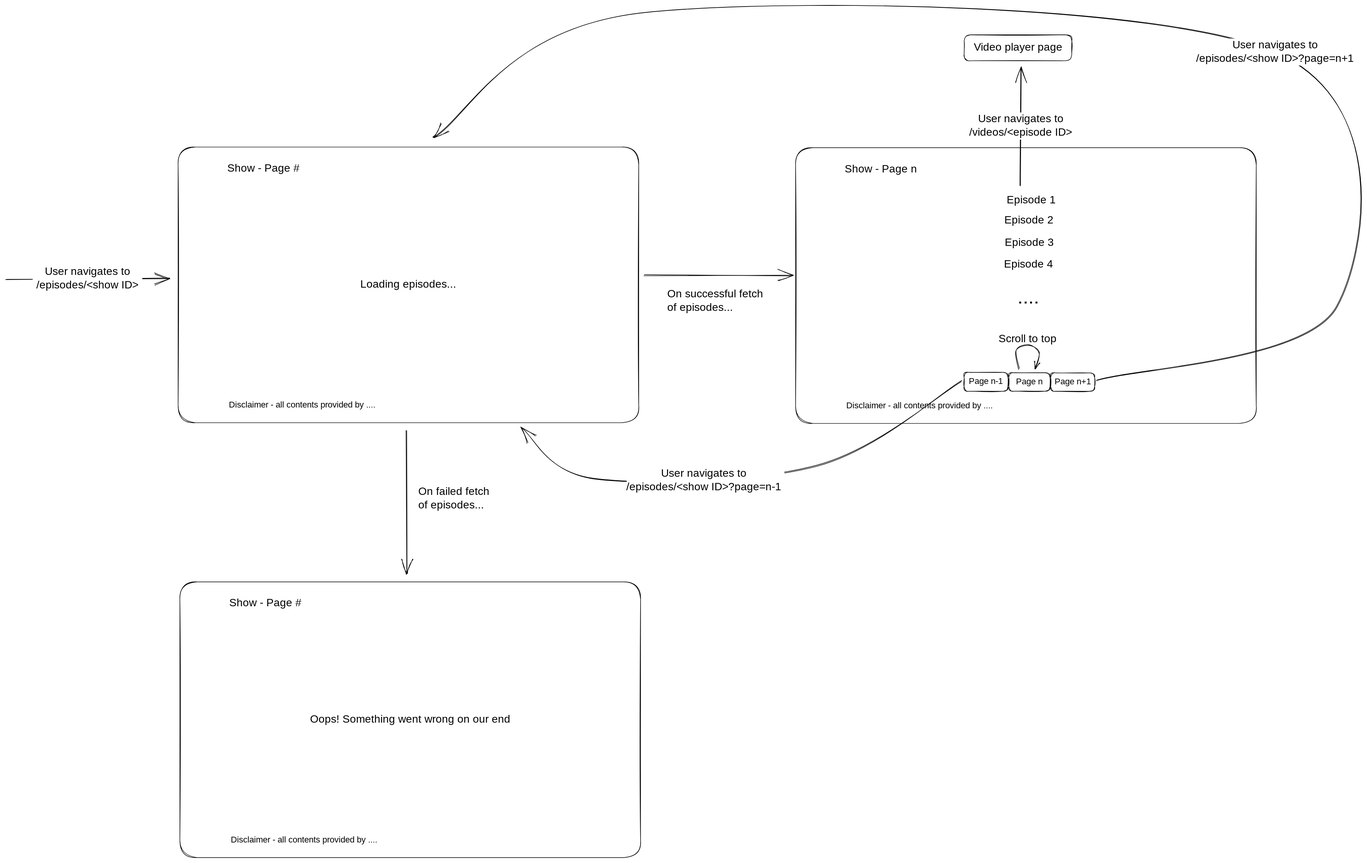
cangkevin/SEAshows-v2 keeps this Excalidraw diagram as docs/designs/episodes-screen-mockup.excalidraw.svg. Above is the earlier version. Source tidied: one line per element, renumbered; positions are measured from the earlier drawing's top-left corner, leaving out a move shared by most shapes. Its diagram source:
```json
{"id": 0, "type": "rectangle", "strokeColor": "#000000", "strokeWidth": 1, "roughness": 1, "round": true, "x": 1459, "y": 249, "width": 851, "height": 509}
{"id": 1, "type": "text", "text": "Show - Page n", "strokeColor": "#000000", "strokeWidth": 1, "roughness": 1, "fontSize": 20, "fontFamily": 1, "x": 1550, "y": 277, "width": 140, "height": 25}
{"id": 2, "type": "text", "text": "Disclaimer - all contents provided by ....", "strokeColor": "#000000", "strokeWidth": 1, "roughness": 1, "fontSize": 16, "fontFamily": 1, "x": 1553, "y": 716, "width": 314, "height": 20}
{"id": 3, "type": "rectangle", "strokeColor": "#000000", "strokeWidth": 1, "roughness": 1, "round": true, "x": 1931, "y": 665, "width": 81, "height": 34}
{"id": 4, "type": "text", "text": "Page n+1", "strokeColor": "#000000", "strokeWidth": 1, "roughness": 1, "fontSize": 16, "fontFamily": 1, "textAlign": "center", "verticalAlign": "middle", "inside": 3, "x": 1937, "y": 672, "width": 68, "height": 20}
{"id": 5, "type": "rectangle", "strokeColor": "#000000", "strokeWidth": 1, "roughness": 1, "round": true, "x": 1771, "y": 664, "width": 81, "height": 35}
{"id": 6, "type": "text", "text": "Page n-1", "strokeColor": "#000000", "strokeWidth": 1, "roughness": 1, "fontSize": 16, "fontFamily": 1, "textAlign": "center", "verticalAlign": "middle", "inside": 5, "x": 1779, "y": 672, "width": 64, "height": 20}
{"id": 7, "type": "rectangle", "strokeColor": "#000000", "strokeWidth": 1, "roughness": 1, "round": true, "x": 1853, "y": 665, "width": 76, "height": 34}
{"id": 8, "type": "text", "text": "Page n", "strokeColor": "#000000", "strokeWidth": 1, "roughness": 1, "fontSize": 16, "fontFamily": 1, "textAlign": "center", "verticalAlign": "middle", "inside": 7, "x": 1865, "y": 672, "width": 53, "height": 20}
{"id": 9, "type": "text", "text": "....", "strokeColor": "#000000", "strokeWidth": 1, "roughness": 1, "fontSize": 36, "fontFamily": 1, "x": 1870, "y": 504, "width": 39, "height": 45}
{"id": 10, "type": "rectangle", "strokeColor": "#000000", "strokeWidth": 1, "roughness": 1, "round": true, "x": 318, "y": 248, "width": 851, "height": 509}
{"id": 11, "type": "text", "text": "Loading episodes...", "strokeColor": "#000000", "strokeWidth": 1, "roughness": 1, "fontSize": 20, "fontFamily": 1, "textAlign": "center", "verticalAlign": "middle", "inside": 10, "x": 655, "y": 490, "width": 178, "height": 25}
{"id": 12, "type": "text", "text": "Show - Page #", "strokeColor": "#000000", "strokeWidth": 1, "roughness": 1, "fontSize": 20, "fontFamily": 1, "x": 409, "y": 276, "width": 147, "height": 25}
{"id": 13, "type": "text", "text": "Disclaimer - all contents provided by ....", "strokeColor": "#000000", "strokeWidth": 1, "roughness": 1, "fontSize": 16, "fontFamily": 1, "x": 412, "y": 715, "width": 314, "height": 20}
{"id": 14, "type": "arrow", "strokeColor": "#000000", "strokeWidth": 1, "roughness": 1, "endArrowhead": "arrow", "round": true, "from": 10, "to": 0, "x": 1179, "y": 485, "width": 275, "height": 1, "points": [[0, 0], [275, 1]]}
{"id": 15, "type": "text", "text": "On successful fetch\nof episodes...", "strokeColor": "#000000", "strokeWidth": 1, "roughness": 1, "fontSize": 20, "fontFamily": 1, "x": 1222, "y": 508, "width": 197, "height": 50}
{"id": 16, "type": "rectangle", "strokeColor": "#000000", "strokeWidth": 1, "roughness": 1, "round": true, "x": 322, "y": 1051, "width": 851, "height": 509}
{"id": 17, "type": "text", "text": "Oops! Something went wrong on our end", "strokeColor": "#000000", "strokeWidth": 1, "roughness": 1, "fontSize": 20, "fontFamily": 1, "textAlign": "center", "verticalAlign": "middle", "inside": 16, "x": 556, "y": 1294, "width": 382, "height": 25}
{"id": 18, "type": "text", "text": "Show - Page #", "strokeColor": "#000000", "strokeWidth": 1, "roughness": 1, "fontSize": 20, "fontFamily": 1, "x": 413, "y": 1079, "width": 147, "height": 25}
{"id": 19, "type": "text", "text": "Disclaimer - all contents provided by ....", "strokeColor": "#000000", "strokeWidth": 1, "roughness": 1, "fontSize": 16, "fontFamily": 1, "x": 416, "y": 1518, "width": 314, "height": 20}
{"id": 20, "type": "arrow", "strokeColor": "#000000", "strokeWidth": 1, "roughness": 1, "endArrowhead": "arrow", "round": true, "from": 10, "to": 16, "x": 741, "y": 771, "width": 0, "height": 265, "points": [[0, 0], [0, 265]]}
{"id": 21, "type": "text", "text": "On failed fetch\nof episodes...", "strokeColor": "#000000", "strokeWidth": 1, "roughness": 1, "fontSize": 20, "fontFamily": 1, "x": 762, "y": 873, "width": 151, "height": 50}
{"id": 22, "type": "arrow", "strokeColor": "#000000", "strokeWidth": 1, "roughness": 1, "endArrowhead": "arrow", "round": true, "to": 10, "x": 0, "y": 492, "width": 302, "height": 2, "points": [[0, 0], [302, -2]]}
{"id": 23, "type": "text", "text": "User navigates to\n/episodes/<show ID>", "strokeColor": "#000000", "strokeWidth": 1, "roughness": 1, "fontSize": 20, "fontFamily": 1, "textAlign": "center", "verticalAlign": "middle", "inside": 22, "x": 50, "y": 466, "width": 203, "height": 50}
{"id": 24, "type": "arrow", "strokeColor": "#000000", "strokeWidth": 1, "roughness": 1, "endArrowhead": "arrow", "round": true, "from": 3, "to": 10, "x": 2015, "y": 680, "width": 1670, "height": 680, "points": [[0, 0], [445, -137], [330, -607], [-832, -680], [-1225, -450]]}
{"id": 25, "type": "text", "text": "User navigates to\n/episodes/<show ID>?page=n+1", "strokeColor": "#000000", "strokeWidth": 1, "roughness": 1, "fontSize": 20, "fontFamily": 1, "textAlign": "center", "verticalAlign": "middle", "inside": 24, "x": 2198, "y": 48, "width": 296, "height": 50}
{"id": 26, "type": "arrow", "strokeColor": "#000000", "strokeWidth": 1, "roughness": 1, "endArrowhead": "arrow", "round": true, "from": 5, "to": 10, "x": 1765, "y": 680, "width": 812, "height": 180, "points": [[0, 0], [-267, 158], [-677, 180], [-812, 88]]}
{"id": 27, "type": "text", "text": "User navigates to\n/episodes/<show ID>?page=n-1", "strokeColor": "#000000", "strokeWidth": 1, "roughness": 1, "fontSize": 20, "fontFamily": 1, "textAlign": "center", "verticalAlign": "middle", "inside": 26, "x": 1144, "y": 840, "width": 291, "height": 50}
{"id": 28, "type": "arrow", "strokeColor": "#000000", "strokeWidth": 1, "roughness": 1, "endArrowhead": "arrow", "round": true, "from": 7, "to": 7, "x": 1873, "y": 658, "width": 42, "height": 45, "points": [[0, 0], [-6, -35], [18, -45], [36, -30], [30, -1]]}
{"id": 29, "type": "text", "text": "Scroll to top", "strokeColor": "#000000", "strokeWidth": 1, "roughness": 1, "fontSize": 20, "fontFamily": 1, "x": 1834, "y": 591, "width": 127, "height": 25}
{"id": 30, "type": "text", "text": "Episode 1", "strokeColor": "#000000", "strokeWidth": 1, "roughness": 1, "fontSize": 20, "fontFamily": 1, "x": 1849, "y": 334, "width": 87, "height": 25}
{"id": 31, "type": "text", "text": "Episode 2", "strokeColor": "#000000", "strokeWidth": 1, "roughness": 1, "fontSize": 20, "fontFamily": 1, "x": 1845, "y": 371, "width": 96, "height": 25}
{"id": 32, "type": "text", "text": "Episode 3", "strokeColor": "#000000", "strokeWidth": 1, "roughness": 1, "fontSize": 20, "fontFamily": 1, "x": 1846, "y": 413, "width": 96, "height": 25}
{"id": 33, "type": "text", "text": "Episode 4", "strokeColor": "#000000", "strokeWidth": 1, "roughness": 1, "fontSize": 20, "fontFamily": 1, "x": 1845, "y": 453, "width": 95, "height": 25}
{"id": 34, "type": "arrow", "strokeColor": "#000000", "strokeWidth": 1, "roughness": 1, "endArrowhead": "arrow", "round": true, "from": 30, "to": 36, "x": 1874, "y": 319, "width": 2, "height": 220, "points": [[0, 0], [2, -220]]}
{"id": 35, "type": "text", "text": "User navigates to\n/videos/<episode ID>", "strokeColor": "#000000", "strokeWidth": 1, "roughness": 1, "fontSize": 20, "fontFamily": 1, "textAlign": "center", "verticalAlign": "middle", "inside": 34, "x": 1770, "y": 196, "width": 207, "height": 50}
{"id": 36, "type": "rectangle", "strokeColor": "#000000", "strokeWidth": 1, "roughness": 1, "round": true, "x": 1771, "y": 41, "width": 199, "height": 48}
{"id": 37, "type": "text", "text": "Video player page", "strokeColor": "#000000", "strokeWidth": 1, "roughness": 1, "fontSize": 20, "fontFamily": 1, "textAlign": "center", "verticalAlign": "middle", "inside": 36, "x": 1785, "y": 52, "width": 170, "height": 25}
```
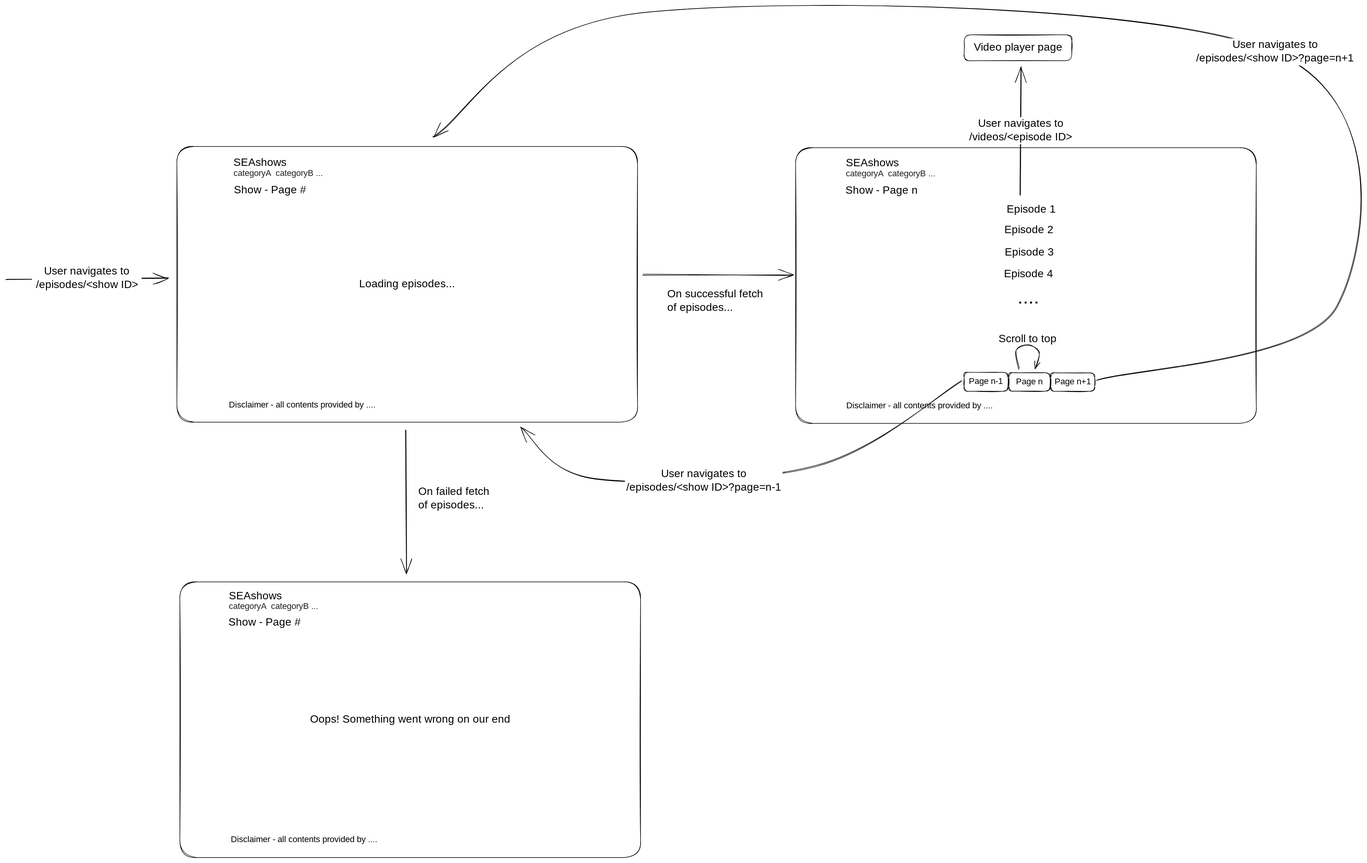
Above is the later version.

The edit, as a diff of the source:
```diff
@@ -1,5 +1,5 @@
 {"id": 0, "type": "rectangle", "strokeColor": "#000000", "strokeWidth": 1, "roughness": 1, "round": true, "x": 1459, "y": 249, "width": 851, "height": 509}
-{"id": 1, "type": "text", "text": "Show - Page n", "strokeColor": "#000000", "strokeWidth": 1, "roughness": 1, "fontSize": 20, "fontFamily": 1, "x": 1550, "y": 277, "width": 140, "height": 25}
+{"id": 1, "type": "text", "text": "Show - Page n", "strokeColor": "#000000", "strokeWidth": 1, "roughness": 1, "fontSize": 20, "fontFamily": 1, "x": 1552, "y": 316, "width": 140, "height": 25}
 {"id": 2, "type": "text", "text": "Disclaimer - all contents provided by ....", "strokeColor": "#000000", "strokeWidth": 1, "roughness": 1, "fontSize": 16, "fontFamily": 1, "x": 1553, "y": 716, "width": 314, "height": 20}
 {"id": 3, "type": "rectangle", "strokeColor": "#000000", "strokeWidth": 1, "roughness": 1, "round": true, "x": 1931, "y": 665, "width": 81, "height": 34}
 {"id": 4, "type": "text", "text": "Page n+1", "strokeColor": "#000000", "strokeWidth": 1, "roughness": 1, "fontSize": 16, "fontFamily": 1, "textAlign": "center", "verticalAlign": "middle", "inside": 3, "x": 1937, "y": 672, "width": 68, "height": 20}
@@ -8,31 +8,37 @@
 {"id": 7, "type": "rectangle", "strokeColor": "#000000", "strokeWidth": 1, "roughness": 1, "round": true, "x": 1853, "y": 665, "width": 76, "height": 34}
 {"id": 8, "type": "text", "text": "Page n", "strokeColor": "#000000", "strokeWidth": 1, "roughness": 1, "fontSize": 16, "fontFamily": 1, "textAlign": "center", "verticalAlign": "middle", "inside": 7, "x": 1865, "y": 672, "width": 53, "height": 20}
 {"id": 9, "type": "text", "text": "....", "strokeColor": "#000000", "strokeWidth": 1, "roughness": 1, "fontSize": 36, "fontFamily": 1, "x": 1870, "y": 504, "width": 39, "height": 45}
-{"id": 10, "type": "rectangle", "strokeColor": "#000000", "strokeWidth": 1, "roughness": 1, "round": true, "x": 318, "y": 248, "width": 851, "height": 509}
+{"id": 10, "type": "rectangle", "strokeColor": "#000000", "strokeWidth": 1, "roughness": 1, "round": true, "x": 316, "y": 247, "width": 851, "height": 509}
-{"id": 11, "type": "text", "text": "Loading episodes...", "strokeColor": "#000000", "strokeWidth": 1, "roughness": 1, "fontSize": 20, "fontFamily": 1, "textAlign": "center", "verticalAlign": "middle", "inside": 10, "x": 655, "y": 490, "width": 178, "height": 25}
+{"id": 11, "type": "text", "text": "Loading episodes...", "strokeColor": "#000000", "strokeWidth": 1, "roughness": 1, "fontSize": 20, "fontFamily": 1, "textAlign": "center", "verticalAlign": "middle", "inside": 10, "x": 653, "y": 489, "width": 178, "height": 25}
-{"id": 12, "type": "text", "text": "Show - Page #", "strokeColor": "#000000", "strokeWidth": 1, "roughness": 1, "fontSize": 20, "fontFamily": 1, "x": 409, "y": 276, "width": 147, "height": 25}
+{"id": 12, "type": "text", "text": "Show - Page #", "strokeColor": "#000000", "strokeWidth": 1, "roughness": 1, "fontSize": 20, "fontFamily": 1, "x": 422, "y": 316, "width": 147, "height": 25}
 {"id": 13, "type": "text", "text": "Disclaimer - all contents provided by ....", "strokeColor": "#000000", "strokeWidth": 1, "roughness": 1, "fontSize": 16, "fontFamily": 1, "x": 412, "y": 715, "width": 314, "height": 20}
-{"id": 14, "type": "arrow", "strokeColor": "#000000", "strokeWidth": 1, "roughness": 1, "endArrowhead": "arrow", "round": true, "from": 10, "to": 0, "x": 1179, "y": 485, "width": 275, "height": 1, "points": [[0, 0], [275, 1]]}
+{"id": 14, "type": "arrow", "strokeColor": "#000000", "strokeWidth": 1, "roughness": 1, "endArrowhead": "arrow", "round": true, "from": 10, "to": 0, "x": 1177, "y": 484, "width": 277, "height": 1, "points": [[0, 0], [277, 1]]}
 {"id": 15, "type": "text", "text": "On successful fetch\nof episodes...", "strokeColor": "#000000", "strokeWidth": 1, "roughness": 1, "fontSize": 20, "fontFamily": 1, "x": 1222, "y": 508, "width": 197, "height": 50}
 {"id": 16, "type": "rectangle", "strokeColor": "#000000", "strokeWidth": 1, "roughness": 1, "round": true, "x": 322, "y": 1051, "width": 851, "height": 509}
 {"id": 17, "type": "text", "text": "Oops! Something went wrong on our end", "strokeColor": "#000000", "strokeWidth": 1, "roughness": 1, "fontSize": 20, "fontFamily": 1, "textAlign": "center", "verticalAlign": "middle", "inside": 16, "x": 556, "y": 1294, "width": 382, "height": 25}
-{"id": 18, "type": "text", "text": "Show - Page #", "strokeColor": "#000000", "strokeWidth": 1, "roughness": 1, "fontSize": 20, "fontFamily": 1, "x": 413, "y": 1079, "width": 147, "height": 25}
+{"id": 18, "type": "text", "text": "Show - Page #", "strokeColor": "#000000", "strokeWidth": 1, "roughness": 1, "fontSize": 20, "fontFamily": 1, "x": 412, "y": 1114, "width": 147, "height": 25}
 {"id": 19, "type": "text", "text": "Disclaimer - all contents provided by ....", "strokeColor": "#000000", "strokeWidth": 1, "roughness": 1, "fontSize": 16, "fontFamily": 1, "x": 416, "y": 1518, "width": 314, "height": 20}
-{"id": 20, "type": "arrow", "strokeColor": "#000000", "strokeWidth": 1, "roughness": 1, "endArrowhead": "arrow", "round": true, "from": 10, "to": 16, "x": 741, "y": 771, "width": 0, "height": 265, "points": [[0, 0], [0, 265]]}
+{"id": 20, "type": "arrow", "strokeColor": "#000000", "strokeWidth": 1, "roughness": 1, "endArrowhead": "arrow", "round": true, "from": 10, "to": 16, "x": 739, "y": 770, "width": 1, "height": 266, "points": [[0, 0], [1, 266]]}
 {"id": 21, "type": "text", "text": "On failed fetch\nof episodes...", "strokeColor": "#000000", "strokeWidth": 1, "roughness": 1, "fontSize": 20, "fontFamily": 1, "x": 762, "y": 873, "width": 151, "height": 50}
-{"id": 22, "type": "arrow", "strokeColor": "#000000", "strokeWidth": 1, "roughness": 1, "endArrowhead": "arrow", "round": true, "to": 10, "x": 0, "y": 492, "width": 302, "height": 2, "points": [[0, 0], [302, -2]]}
+{"id": 22, "type": "arrow", "strokeColor": "#000000", "strokeWidth": 1, "roughness": 1, "endArrowhead": "arrow", "round": true, "to": 10, "x": 0, "y": 492, "width": 300, "height": 2, "points": [[0, 0], [300, -2]]}
 {"id": 23, "type": "text", "text": "User navigates to\n/episodes/<show ID>", "strokeColor": "#000000", "strokeWidth": 1, "roughness": 1, "fontSize": 20, "fontFamily": 1, "textAlign": "center", "verticalAlign": "middle", "inside": 22, "x": 50, "y": 466, "width": 203, "height": 50}
-{"id": 24, "type": "arrow", "strokeColor": "#000000", "strokeWidth": 1, "roughness": 1, "endArrowhead": "arrow", "round": true, "from": 3, "to": 10, "x": 2015, "y": 680, "width": 1670, "height": 680, "points": [[0, 0], [445, -137], [330, -607], [-832, -680], [-1225, -450]]}
+{"id": 24, "type": "arrow", "strokeColor": "#000000", "strokeWidth": 1, "roughness": 1, "endArrowhead": "arrow", "round": true, "from": 3, "to": 10, "x": 2015, "y": 680, "width": 1671, "height": 680, "points": [[0, 0], [445, -137], [330, -607], [-832, -680], [-1226, -451]]}
 {"id": 25, "type": "text", "text": "User navigates to\n/episodes/<show ID>?page=n+1", "strokeColor": "#000000", "strokeWidth": 1, "roughness": 1, "fontSize": 20, "fontFamily": 1, "textAlign": "center", "verticalAlign": "middle", "inside": 24, "x": 2198, "y": 48, "width": 296, "height": 50}
-{"id": 26, "type": "arrow", "strokeColor": "#000000", "strokeWidth": 1, "roughness": 1, "endArrowhead": "arrow", "round": true, "from": 5, "to": 10, "x": 1765, "y": 680, "width": 812, "height": 180, "points": [[0, 0], [-267, 158], [-677, 180], [-812, 88]]}
+{"id": 26, "type": "arrow", "strokeColor": "#000000", "strokeWidth": 1, "roughness": 1, "endArrowhead": "arrow", "round": true, "from": 5, "to": 10, "x": 1765, "y": 680, "width": 814, "height": 180, "points": [[0, 0], [-267, 158], [-677, 180], [-814, 86]]}
 {"id": 27, "type": "text", "text": "User navigates to\n/episodes/<show ID>?page=n-1", "strokeColor": "#000000", "strokeWidth": 1, "roughness": 1, "fontSize": 20, "fontFamily": 1, "textAlign": "center", "verticalAlign": "middle", "inside": 26, "x": 1144, "y": 840, "width": 291, "height": 50}
 {"id": 28, "type": "arrow", "strokeColor": "#000000", "strokeWidth": 1, "roughness": 1, "endArrowhead": "arrow", "round": true, "from": 7, "to": 7, "x": 1873, "y": 658, "width": 42, "height": 45, "points": [[0, 0], [-6, -35], [18, -45], [36, -30], [30, -1]]}
 {"id": 29, "type": "text", "text": "Scroll to top", "strokeColor": "#000000", "strokeWidth": 1, "roughness": 1, "fontSize": 20, "fontFamily": 1, "x": 1834, "y": 591, "width": 127, "height": 25}
-{"id": 30, "type": "text", "text": "Episode 1", "strokeColor": "#000000", "strokeWidth": 1, "roughness": 1, "fontSize": 20, "fontFamily": 1, "x": 1849, "y": 334, "width": 87, "height": 25}
+{"id": 30, "type": "text", "text": "Episode 1", "strokeColor": "#000000", "strokeWidth": 1, "roughness": 1, "fontSize": 20, "fontFamily": 1, "x": 1849, "y": 351, "width": 87, "height": 25}
-{"id": 31, "type": "text", "text": "Episode 2", "strokeColor": "#000000", "strokeWidth": 1, "roughness": 1, "fontSize": 20, "fontFamily": 1, "x": 1845, "y": 371, "width": 96, "height": 25}
+{"id": 31, "type": "text", "text": "Episode 2", "strokeColor": "#000000", "strokeWidth": 1, "roughness": 1, "fontSize": 20, "fontFamily": 1, "x": 1845, "y": 389, "width": 96, "height": 25}
-{"id": 32, "type": "text", "text": "Episode 3", "strokeColor": "#000000", "strokeWidth": 1, "roughness": 1, "fontSize": 20, "fontFamily": 1, "x": 1846, "y": 413, "width": 96, "height": 25}
+{"id": 32, "type": "text", "text": "Episode 3", "strokeColor": "#000000", "strokeWidth": 1, "roughness": 1, "fontSize": 20, "fontFamily": 1, "x": 1846, "y": 431, "width": 96, "height": 25}
-{"id": 33, "type": "text", "text": "Episode 4", "strokeColor": "#000000", "strokeWidth": 1, "roughness": 1, "fontSize": 20, "fontFamily": 1, "x": 1845, "y": 453, "width": 95, "height": 25}
+{"id": 33, "type": "text", "text": "Episode 4", "strokeColor": "#000000", "strokeWidth": 1, "roughness": 1, "fontSize": 20, "fontFamily": 1, "x": 1845, "y": 471, "width": 95, "height": 25}
-{"id": 34, "type": "arrow", "strokeColor": "#000000", "strokeWidth": 1, "roughness": 1, "endArrowhead": "arrow", "round": true, "from": 30, "to": 36, "x": 1874, "y": 319, "width": 2, "height": 220, "points": [[0, 0], [2, -220]]}
+{"id": 34, "type": "arrow", "strokeColor": "#000000", "strokeWidth": 1, "roughness": 1, "endArrowhead": "arrow", "round": true, "from": 30, "to": 36, "x": 1874, "y": 337, "width": 2, "height": 238, "points": [[0, 0], [2, -238]]}
 {"id": 35, "type": "text", "text": "User navigates to\n/videos/<episode ID>", "strokeColor": "#000000", "strokeWidth": 1, "roughness": 1, "fontSize": 20, "fontFamily": 1, "textAlign": "center", "verticalAlign": "middle", "inside": 34, "x": 1770, "y": 196, "width": 207, "height": 50}
 {"id": 36, "type": "rectangle", "strokeColor": "#000000", "strokeWidth": 1, "roughness": 1, "round": true, "x": 1771, "y": 41, "width": 199, "height": 48}
 {"id": 37, "type": "text", "text": "Video player page", "strokeColor": "#000000", "strokeWidth": 1, "roughness": 1, "fontSize": 20, "fontFamily": 1, "textAlign": "center", "verticalAlign": "middle", "inside": 36, "x": 1785, "y": 52, "width": 170, "height": 25}
+{"id": 38, "type": "text", "text": "SEAshows", "strokeColor": "#000000", "strokeWidth": 1, "roughness": 1, "fontSize": 20, "fontFamily": 1, "x": 421, "y": 265, "width": 94, "height": 25}
+{"id": 39, "type": "text", "text": "categoryA  categoryB ...", "strokeColor": "#1e1e1e", "strokeWidth": 2, "roughness": 1, "fontSize": 16, "fontFamily": 1, "x": 421, "y": 287, "width": 195, "height": 20}
+{"id": 40, "type": "text", "text": "SEAshows", "strokeColor": "#000000", "strokeWidth": 1, "roughness": 1, "fontSize": 20, "fontFamily": 1, "x": 413, "y": 1066, "width": 94, "height": 25}
+{"id": 41, "type": "text", "text": "categoryA  categoryB ...", "strokeColor": "#1e1e1e", "strokeWidth": 2, "roughness": 1, "fontSize": 16, "fontFamily": 1, "x": 412, "y": 1087, "width": 195, "height": 20}
+{"id": 42, "type": "text", "text": "SEAshows", "strokeColor": "#000000", "strokeWidth": 1, "roughness": 1, "fontSize": 20, "fontFamily": 1, "x": 1553, "y": 266, "width": 94, "height": 25}
+{"id": 43, "type": "text", "text": "categoryA  categoryB ...", "strokeColor": "#1e1e1e", "strokeWidth": 2, "roughness": 1, "fontSize": 16, "fontFamily": 1, "x": 1552, "y": 288, "width": 195, "height": 20}
```
